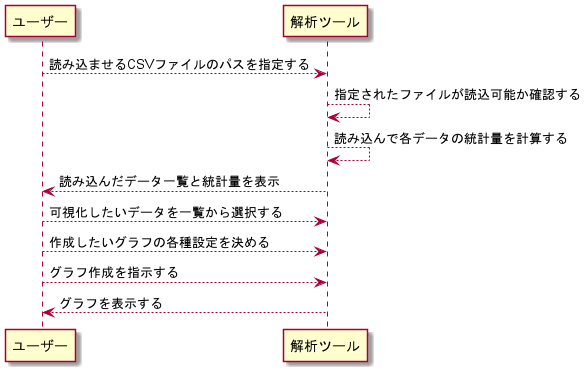
Above: docs/design/uml/BusinessFlowDiagram/BusinessFlowDiagram.png in ShisatoYano/CsvDataAnalyzer (PlantUML), before the change. Source of this version:
```plantuml
@startuml

ユーザー --> 解析ツール : 読み込ませるCSVファイルのパスを指定する
解析ツール --> 解析ツール : 指定されたファイルが読込可能か確認する
解析ツール --> 解析ツール : 読み込んで各データの統計量を計算する
ユーザー <-- 解析ツール : 読み込んだデータ一覧と統計量を表示
ユーザー --> 解析ツール : 可視化したいデータを一覧から選択する
ユーザー --> 解析ツール : 作成したいグラフの各種設定を決める
ユーザー --> 解析ツール : グラフ作成を指示する
ユーザー <-- 解析ツール : グラフを表示する

@enduml
```
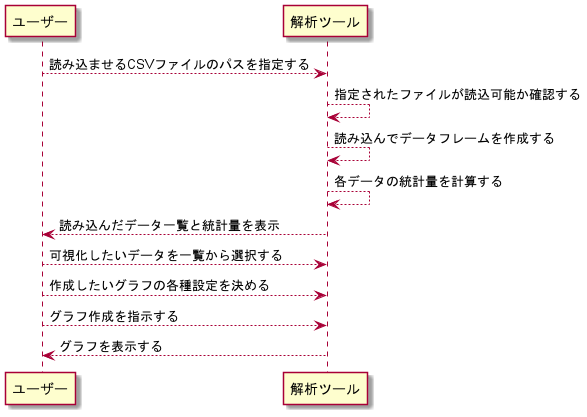
Above is the later version.

Diff of the diagram source:
```diff
@@ -2,7 +2,8 @@
 
 ユーザー --> 解析ツール : 読み込ませるCSVファイルのパスを指定する
 解析ツール --> 解析ツール : 指定されたファイルが読込可能か確認する
-解析ツール --> 解析ツール : 読み込んで各データの統計量を計算する
+解析ツール --> 解析ツール : 読み込んでデータフレームを作成する
+解析ツール --> 解析ツール : 各データの統計量を計算する
 ユーザー <-- 解析ツール : 読み込んだデータ一覧と統計量を表示
 ユーザー --> 解析ツール : 可視化したいデータを一覧から選択する
 ユーザー --> 解析ツール : 作成したいグラフの各種設定を決める
```
